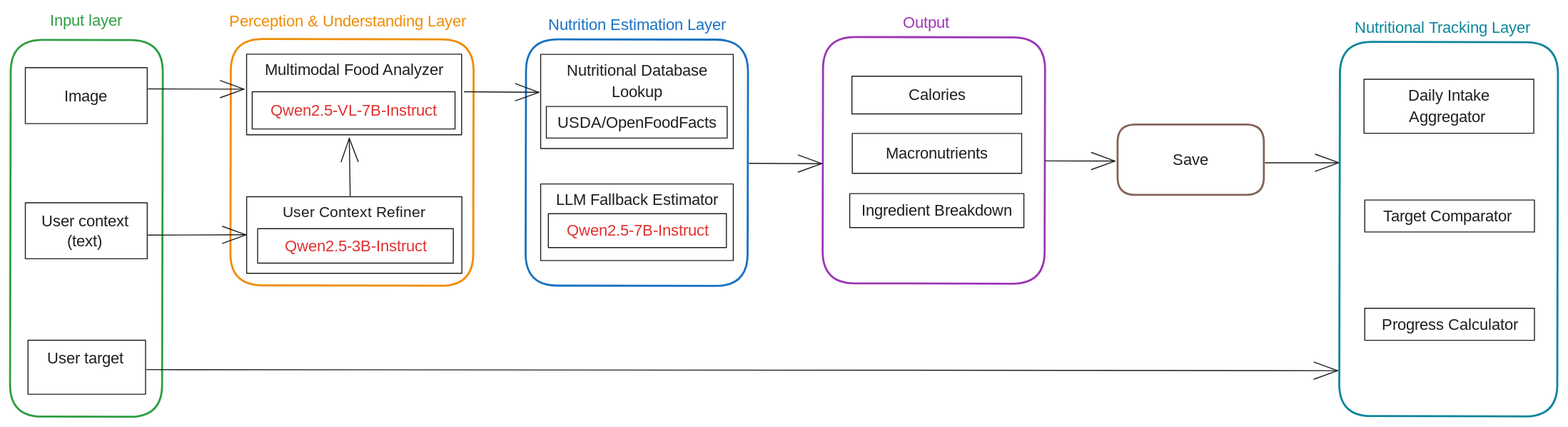
Above: pipeline_arquitectura.excalidraw.svg in hepejaAED/CalorIA (Excalidraw), before the change. Source tidied: one line per element, renumbered; positions are measured from the earlier drawing's top-left corner, leaving out a move shared by most shapes.
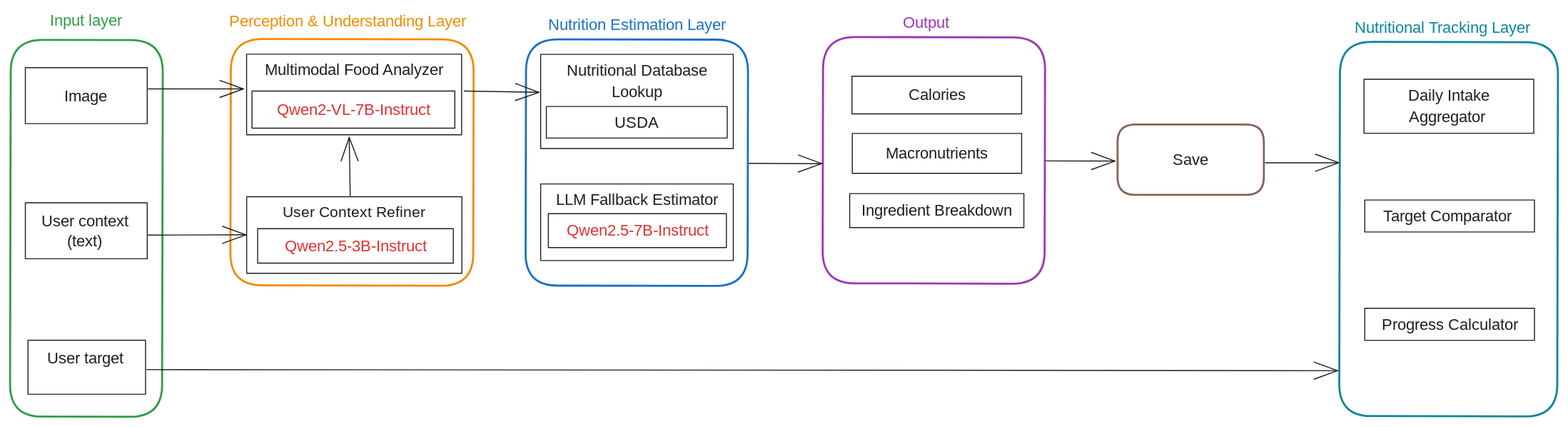
After the commit.

Change to the diagram source:
```diff
@@ -9,21 +9,21 @@
 {"id": 8, "type": "rectangle", "strokeColor": "#1971c2", "angle": 0.0, "strokeWidth": 2, "roughness": 0, "round": true, "x": 516, "y": 29, "width": 222, "height": 246}
 {"id": 9, "type": "rectangle", "strokeColor": "#1e1e1e", "strokeWidth": 1, "roughness": 0, "x": 236, "y": 44, "width": 215, "height": 81}
 {"id": 10, "type": "text", "text": "Multimodal Food Analyzer", "strokeColor": "#1e1e1e", "strokeWidth": 1, "roughness": 0, "fontSize": 16, "fontFamily": 6, "textAlign": "center", "inside": 9, "x": 249, "y": 49, "width": 191, "height": 22}
-{"id": 11, "type": "rectangle", "strokeColor": "#1e1e1e", "strokeWidth": 1, "roughness": 0, "x": 242, "y": 82, "width": 203, "height": 37}
+{"id": 11, "type": "rectangle", "strokeColor": "#1e1e1e", "strokeWidth": 1, "roughness": 0, "x": 242, "y": 81, "width": 203, "height": 37}
-{"id": 12, "type": "text", "text": "Qwen2.5-VL-7B-Instruct", "strokeColor": "#e03131", "strokeWidth": 1, "roughness": 0, "fontSize": 16, "fontFamily": 6, "textAlign": "center", "verticalAlign": "middle", "inside": 11, "x": 253, "y": 89, "width": 181, "height": 22}
+{"id": 12, "type": "text", "text": "Qwen2-VL-7B-Instruct", "strokeColor": "#e03131", "strokeWidth": 1, "roughness": 0, "fontSize": 16, "fontFamily": 6, "textAlign": "center", "verticalAlign": "middle", "inside": 11, "x": 260, "y": 89, "width": 167, "height": 22}
-{"id": 13, "type": "arrow", "strokeColor": "#1e1e1e", "strokeWidth": 1, "roughness": 0, "endArrowhead": "arrow", "from": 3, "to": 11, "x": 138, "y": 79, "width": 96, "height": 0, "points": [[0, 0], [96, 0]]}
+{"id": 13, "type": "arrow", "strokeColor": "#1e1e1e", "strokeWidth": 1, "roughness": 0, "endArrowhead": "arrow", "from": 3, "to": 11, "x": 138, "y": 79, "width": 95, "height": 0, "points": [[0, 0], [95, 0]]}
 {"id": 14, "type": "rectangle", "strokeColor": "#1e1e1e", "strokeWidth": 1, "roughness": 0, "x": 236, "y": 187, "width": 215, "height": 77}
 {"id": 15, "type": "text", "text": "User Context Refiner\n", "strokeColor": "#1e1e1e", "strokeWidth": 1, "roughness": 0, "fontSize": 15.16, "fontFamily": 6, "textAlign": "center", "inside": 14, "x": 273, "y": 192, "width": 143, "height": 41}
 {"id": 16, "type": "rectangle", "strokeColor": "#1e1e1e", "strokeWidth": 1, "roughness": 0, "x": 247, "y": 219, "width": 196, "height": 34}
 {"id": 17, "type": "text", "text": "Qwen2.5-3B-Instruct", "strokeColor": "#e03131", "strokeWidth": 1, "roughness": 0, "fontSize": 16, "fontFamily": 6, "textAlign": "center", "verticalAlign": "middle", "inside": 16, "x": 268, "y": 225, "width": 155, "height": 22}
-{"id": 18, "type": "arrow", "strokeColor": "#1e1e1e", "strokeWidth": 1, "roughness": 0, "endArrowhead": "arrow", "from": 11, "to": 22, "x": 454, "y": 82, "width": 75, "height": 1, "points": [[0, 0], [75, 1]]}
+{"id": 18, "type": "arrow", "strokeColor": "#1e1e1e", "strokeWidth": 1, "roughness": 0, "endArrowhead": "arrow", "from": 11, "to": 22, "x": 454, "y": 81, "width": 75, "height": 1, "points": [[0, 0], [75, 1]]}
 {"id": 19, "type": "text", "text": "Perception & Understanding Layer", "strokeColor": "#f08c00", "strokeWidth": 2, "roughness": 1, "fontSize": 16, "fontFamily": 6, "textAlign": "center", "x": 213, "y": 0, "width": 248, "height": 22}
 {"id": 20, "type": "text", "text": "Nutrition Estimation Layer", "strokeColor": "#1971c2", "strokeWidth": 2, "roughness": 1, "fontSize": 16, "fontFamily": 6, "textAlign": "center", "x": 533, "y": 4, "width": 189, "height": 22}
-{"id": 21, "type": "arrow", "strokeColor": "#1e1e1e", "strokeWidth": 1, "roughness": 0, "endArrowhead": "arrow", "from": 14, "to": 11, "x": 340, "y": 186, "width": 1, "height": 57, "points": [[0, 0], [-1, -57]]}
+{"id": 21, "type": "arrow", "strokeColor": "#1e1e1e", "strokeWidth": 1, "roughness": 0, "endArrowhead": "arrow", "from": 14, "to": 11, "x": 340, "y": 186, "width": 1, "height": 58, "points": [[0, 0], [-1, -58]]}
 {"id": 22, "type": "rectangle", "strokeColor": "#1e1e1e", "strokeWidth": 1, "roughness": 0, "x": 531, "y": 44, "width": 193, "height": 94}
 {"id": 23, "type": "text", "text": "Nutritional Database\nLookup", "strokeColor": "#1e1e1e", "strokeWidth": 1, "roughness": 0, "fontSize": 16, "fontFamily": 6, "textAlign": "center", "inside": 22, "x": 552, "y": 49, "width": 150, "height": 43}
 {"id": 24, "type": "rectangle", "strokeColor": "#1e1e1e", "strokeWidth": 1, "roughness": 0, "x": 536, "y": 96, "width": 181, "height": 32}
-{"id": 25, "type": "text", "text": "USDA/OpenFoodFacts", "strokeColor": "#1e1e1e", "strokeWidth": 1, "roughness": 0, "fontSize": 16, "fontFamily": 6, "textAlign": "center", "verticalAlign": "middle", "inside": 24, "x": 545, "y": 101, "width": 163, "height": 22}
+{"id": 25, "type": "text", "text": "USDA", "strokeColor": "#1e1e1e", "strokeWidth": 1, "roughness": 0, "fontSize": 16, "fontFamily": 6, "textAlign": "center", "verticalAlign": "middle", "inside": 24, "x": 604, "y": 101, "width": 45, "height": 22}
 {"id": 26, "type": "rectangle", "strokeColor": "#1e1e1e", "strokeWidth": 1, "roughness": 0, "x": 531, "y": 174, "width": 193, "height": 77}
 {"id": 27, "type": "text", "text": "LLM Fallback Estimator", "strokeColor": "#1e1e1e", "strokeWidth": 1, "roughness": 0, "fontSize": 16, "fontFamily": 6, "textAlign": "center", "inside": 26, "x": 543, "y": 179, "width": 169, "height": 22}
 {"id": 28, "type": "rectangle", "strokeColor": "#1e1e1e", "strokeWidth": 1, "roughness": 0, "x": 538, "y": 204, "width": 178, "height": 34}
```
